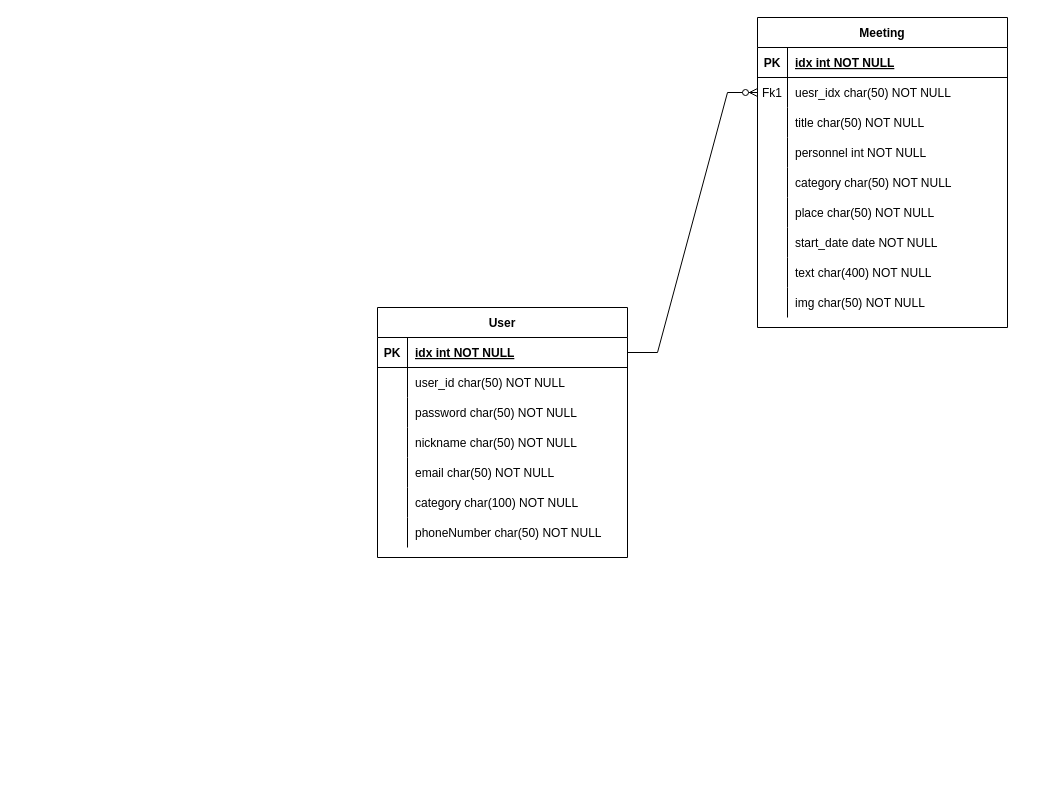
Before: 제목 없는 다이어그램.drawio in mang0206/KosaMiniProject1, a draw.io diagram. Source tidied: cells renumbered, new cells numbered last; positions are measured from the earlier drawing's top-left corner, leaving out a move shared by most shapes. Both pictures are drawn from the tidied source at 100%, with x=0, y=0 at pixel (377, 17).
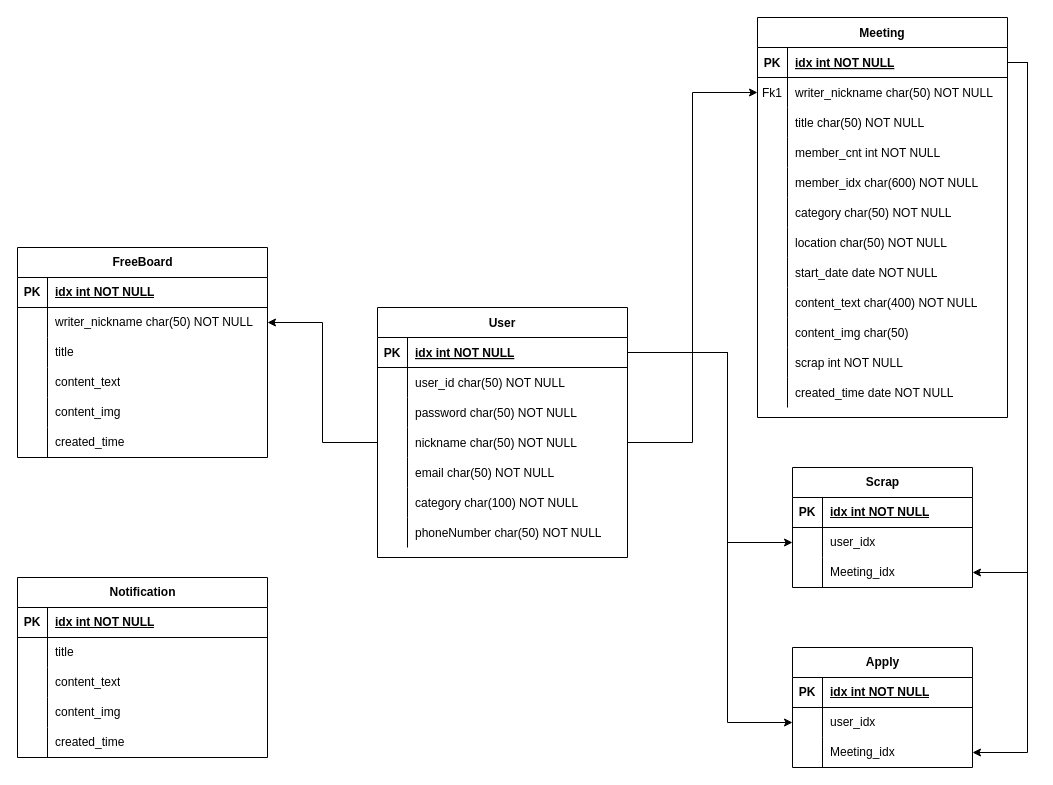
After the change.

Unchanged cells that the change refers to:
```xml
<mxCell id="3" style="shape=partialRectangle;fillColor=none;points=[[0,0.5],[1,0.5]];portConstraint=eastwest;top=0;left=0;right=0;bottom=1;" parent="2" vertex="1">
  <mxGeometry y="30" width="250" height="30" as="geometry" />
</mxCell>
<mxCell id="12" style="shape=partialRectangle;fillColor=none;points=[[0,0.5],[1,0.5]];portConstraint=eastwest;top=0;left=0;right=0;bottom=0;" parent="2" vertex="1">
  <mxGeometry y="120" width="250" height="30" as="geometry" />
</mxCell>
<mxCell id="25" style="shape=partialRectangle;fillColor=none;points=[[0,0.5],[1,0.5]];portConstraint=eastwest;top=0;left=0;right=0;bottom=1;" parent="24" vertex="1">
  <mxGeometry y="30" width="250" height="30" as="geometry" />
</mxCell>
<mxCell id="28" style="shape=partialRectangle;fillColor=none;points=[[0,0.5],[1,0.5]];portConstraint=eastwest;top=0;left=0;right=0;bottom=0;" parent="24" vertex="1">
  <mxGeometry y="60" width="250" height="30" as="geometry" />
</mxCell>
<mxCell id="34" style="shape=partialRectangle;fillColor=none;top=0;left=0;right=0;bottom=0;" parent="24" vertex="1">
  <mxGeometry y="120" width="250" height="30" as="geometry" />
</mxCell>
```

Diff of the diagram source:
```diff
@@
     <mxCell id="24" value="Meeting" style="shape=table;startSize=30;childLayout=tableLayout;rowLines=0;fontStyle=1;align=center;" parent="1" vertex="1">
-      <mxGeometry x="380" width="250" height="310" as="geometry" />
+      <mxGeometry x="380" width="250" height="400" as="geometry" />
     </mxCell>
@@
-    <mxCell id="30" value="uesr_idx char(50) NOT NULL" style="shape=partialRectangle;overflow=hidden;fillColor=none;top=0;left=0;bottom=0;right=0;align=left;spacingLeft=6;" parent="28" vertex="1">
+    <mxCell id="30" value="writer_nickname char(50) NOT NULL" style="shape=partialRectangle;overflow=hidden;fillColor=none;top=0;left=0;bottom=0;right=0;align=left;spacingLeft=6;" parent="28" vertex="1">
       <mxGeometry x="30" width="220" height="30" as="geometry" />
     </mxCell>
@@
-    <mxCell id="36" value="personnel int NOT NULL" style="shape=partialRectangle;overflow=hidden;fillColor=none;top=0;left=0;bottom=0;right=0;align=left;spacingLeft=6;" parent="34" vertex="1">
+    <mxCell id="36" value="member_cnt int NOT NULL" style="shape=partialRectangle;overflow=hidden;fillColor=none;top=0;left=0;bottom=0;right=0;align=left;spacingLeft=6;" parent="34" vertex="1">
       <mxGeometry x="30" width="220" height="30" as="geometry" />
     </mxCell>
+    <mxCell id="53" style="shape=partialRectangle;fillColor=none;top=0;left=0;right=0;bottom=0;" parent="24" vertex="1">
+      <mxGeometry y="150" width="250" height="30" as="geometry" />
+    </mxCell>
+    <mxCell id="54" style="shape=partialRectangle;overflow=hidden;fillColor=none;top=0;left=0;bottom=0;right=0;" parent="53" vertex="1">
+      <mxGeometry width="30" height="30" as="geometry" />
+    </mxCell>
+    <mxCell id="55" value="member_idx char(600) NOT NULL" style="shape=partialRectangle;overflow=hidden;fillColor=none;top=0;left=0;bottom=0;right=0;align=left;spacingLeft=6;" parent="53" vertex="1">
+      <mxGeometry x="30" width="220" height="30" as="geometry" />
+    </mxCell>
     <mxCell id="37" style="shape=partialRectangle;fillColor=none;top=0;left=0;right=0;bottom=0;" parent="24" vertex="1">
-      <mxGeometry y="150" width="250" height="30" as="geometry" />
+      <mxGeometry y="180" width="250" height="30" as="geometry" />
     </mxCell>
@@
     <mxCell id="40" style="shape=partialRectangle;fillColor=none;top=0;left=0;right=0;bottom=0;" parent="24" vertex="1">
-      <mxGeometry y="180" width="250" height="30" as="geometry" />
+      <mxGeometry y="210" width="250" height="30" as="geometry" />
     </mxCell>
@@
-    <mxCell id="42" value="place char(50) NOT NULL" style="shape=partialRectangle;overflow=hidden;fillColor=none;top=0;left=0;bottom=0;right=0;align=left;spacingLeft=6;" parent="40" vertex="1">
+    <mxCell id="42" value="location char(50) NOT NULL" style="shape=partialRectangle;overflow=hidden;fillColor=none;top=0;left=0;bottom=0;right=0;align=left;spacingLeft=6;" parent="40" vertex="1">
       <mxGeometry x="30" width="220" height="30" as="geometry" />
     </mxCell>
     <mxCell id="43" style="shape=partialRectangle;fillColor=none;top=0;left=0;right=0;bottom=0;" parent="24" vertex="1">
-      <mxGeometry y="210" width="250" height="30" as="geometry" />
+      <mxGeometry y="240" width="250" height="30" as="geometry" />
     </mxCell>
@@
     <mxCell id="46" style="shape=partialRectangle;fillColor=none;top=0;left=0;right=0;bottom=0;" parent="24" vertex="1">
-      <mxGeometry y="240" width="250" height="30" as="geometry" />
+      <mxGeometry y="270" width="250" height="30" as="geometry" />
     </mxCell>
@@
-    <mxCell id="48" value="text char(400) NOT NULL" style="shape=partialRectangle;overflow=hidden;fillColor=none;top=0;left=0;bottom=0;right=0;align=left;spacingLeft=6;" parent="46" vertex="1">
+    <mxCell id="48" value="content_text char(400) NOT NULL" style="shape=partialRectangle;overflow=hidden;fillColor=none;top=0;left=0;bottom=0;right=0;align=left;spacingLeft=6;" parent="46" vertex="1">
       <mxGeometry x="30" width="220" height="30" as="geometry" />
     </mxCell>
     <mxCell id="49" style="shape=partialRectangle;fillColor=none;top=0;left=0;right=0;bottom=0;" parent="24" vertex="1">
-      <mxGeometry y="270" width="250" height="30" as="geometry" />
+      <mxGeometry y="300" width="250" height="30" as="geometry" />
     </mxCell>
@@
-    <mxCell id="51" value="img char(50) NOT NULL" style="shape=partialRectangle;overflow=hidden;fillColor=none;top=0;left=0;bottom=0;right=0;align=left;spacingLeft=6;" parent="49" vertex="1">
+    <mxCell id="51" value="content_img char(50)" style="shape=partialRectangle;overflow=hidden;fillColor=none;top=0;left=0;bottom=0;right=0;align=left;spacingLeft=6;" parent="49" vertex="1">
       <mxGeometry x="30" width="220" height="30" as="geometry" />
     </mxCell>
-    <mxCell id="52" style="edgeStyle=entityRelationEdgeStyle;fontSize=12;html=1;endArrow=ERzeroToMany;endFill=1;rounded=0;entryX=0;entryY=0.5;entryDx=0;entryDy=0;exitX=1;exitY=0.5;exitDx=0;exitDy=0;" parent="1" edge="1" source="3" target="28">
-      <mxGeometry relative="1" as="geometry">
-        <Array as="points">
-          <mxPoint x="380" y="70" />
-        </Array>
-      </mxGeometry>
-    </mxCell>
+    <mxCell id="56" style="shape=partialRectangle;fillColor=none;top=0;left=0;right=0;bottom=0;" parent="24" vertex="1">
+      <mxGeometry y="330" width="250" height="30" as="geometry" />
+    </mxCell>
+    <mxCell id="57" style="shape=partialRectangle;overflow=hidden;fillColor=none;top=0;left=0;bottom=0;right=0;" parent="56" vertex="1">
+      <mxGeometry width="30" height="30" as="geometry" />
+    </mxCell>
+    <mxCell id="58" value="scrap int NOT NULL" style="shape=partialRectangle;overflow=hidden;fillColor=none;top=0;left=0;bottom=0;right=0;align=left;spacingLeft=6;" parent="56" vertex="1">
+      <mxGeometry x="30" width="220" height="30" as="geometry" />
+    </mxCell>
+    <mxCell id="59" style="shape=partialRectangle;fillColor=none;top=0;left=0;right=0;bottom=0;" parent="24" vertex="1">
+      <mxGeometry y="360" width="250" height="30" as="geometry" />
+    </mxCell>
+    <mxCell id="60" style="shape=partialRectangle;overflow=hidden;fillColor=none;top=0;left=0;bottom=0;right=0;" parent="59" vertex="1">
+      <mxGeometry width="30" height="30" as="geometry" />
+    </mxCell>
+    <mxCell id="61" value="created_time date NOT NULL" style="shape=partialRectangle;overflow=hidden;fillColor=none;top=0;left=0;bottom=0;right=0;align=left;spacingLeft=6;" parent="59" vertex="1">
+      <mxGeometry x="30" width="220" height="30" as="geometry" />
+    </mxCell>
+    <mxCell id="62" value="Scrap" style="shape=table;startSize=30;childLayout=tableLayout;rowLines=0;fontStyle=1;align=center;html=1;" parent="1" vertex="1">
+      <mxGeometry x="415" y="450" width="180" height="120" as="geometry" />
+    </mxCell>
+    <mxCell id="63" style="shape=tableRow;horizontal=0;startSize=0;swimlaneHead=0;swimlaneBody=0;fillColor=none;top=0;left=0;right=0;bottom=1;" parent="62" vertex="1">
+      <mxGeometry y="30" width="180" height="30" as="geometry" />
+    </mxCell>
+    <mxCell id="64" value="PK" style="shape=partialRectangle;fillColor=none;top=0;left=0;bottom=0;right=0;fontStyle=1;overflow=hidden;whiteSpace=wrap;html=1;" parent="63" vertex="1">
+      <mxGeometry width="30" height="30" as="geometry" />
+    </mxCell>
+    <mxCell id="65" value="idx int NOT NULL" style="shape=partialRectangle;fillColor=none;top=0;left=0;bottom=0;right=0;align=left;spacingLeft=6;fontStyle=5;overflow=hidden;whiteSpace=wrap;html=1;" parent="63" vertex="1">
+      <mxGeometry x="30" width="150" height="30" as="geometry" />
+    </mxCell>
+    <mxCell id="66" style="shape=tableRow;horizontal=0;startSize=0;swimlaneHead=0;swimlaneBody=0;fillColor=none;points=[[0,0.5],[1,0.5]];portConstraint=eastwest;top=0;left=0;right=0;bottom=0;" parent="62" vertex="1">
+      <mxGeometry y="60" width="180" height="30" as="geometry" />
+    </mxCell>
+    <mxCell id="67" style="shape=partialRectangle;fillColor=none;top=0;left=0;bottom=0;right=0;overflow=hidden;whiteSpace=wrap;html=1;" parent="66" vertex="1">
+      <mxGeometry width="30" height="30" as="geometry" />
+    </mxCell>
+    <mxCell id="68" value="user_idx&amp;nbsp;" style="shape=partialRectangle;fillColor=none;top=0;left=0;bottom=0;right=0;align=left;spacingLeft=6;overflow=hidden;whiteSpace=wrap;html=1;" parent="66" vertex="1">
+      <mxGeometry x="30" width="150" height="30" as="geometry" />
+    </mxCell>
+    <mxCell id="69" style="shape=tableRow;horizontal=0;startSize=0;swimlaneHead=0;swimlaneBody=0;fillColor=none;points=[[0,0.5],[1,0.5]];portConstraint=eastwest;top=0;left=0;right=0;bottom=0;" parent="62" vertex="1">
+      <mxGeometry y="90" width="180" height="30" as="geometry" />
+    </mxCell>
+    <mxCell id="70" style="shape=partialRectangle;fillColor=none;top=0;left=0;bottom=0;right=0;overflow=hidden;whiteSpace=wrap;html=1;" parent="69" vertex="1">
+      <mxGeometry width="30" height="30" as="geometry" />
+    </mxCell>
+    <mxCell id="71" value="Meeting_idx" style="shape=partialRectangle;fillColor=none;top=0;left=0;bottom=0;right=0;align=left;spacingLeft=6;overflow=hidden;whiteSpace=wrap;html=1;" parent="69" vertex="1">
+      <mxGeometry x="30" width="150" height="30" as="geometry" />
+    </mxCell>
+    <mxCell id="72" style="edgeStyle=orthogonalEdgeStyle;rounded=0;jettySize=auto;html=1;exitX=1;exitY=0.5;exitDx=0;exitDy=0;" parent="1" edge="1" source="3" target="66">
+      <mxGeometry relative="1" as="geometry">
+        <Array as="points">
+          <mxPoint x="350" y="335" />
+          <mxPoint x="350" y="525" />
+        </Array>
+      </mxGeometry>
+    </mxCell>
+    <mxCell id="73" style="edgeStyle=orthogonalEdgeStyle;rounded=0;jettySize=auto;html=1;exitX=1;exitY=0.5;exitDx=0;exitDy=0;" parent="1" edge="1" source="25" target="69">
+      <mxGeometry relative="1" as="geometry" />
+    </mxCell>
+    <mxCell id="74" style="edgeStyle=orthogonalEdgeStyle;rounded=0;jettySize=auto;html=1;exitX=1;exitY=0.5;exitDx=0;exitDy=0;entryX=0;entryY=0.5;entryDx=0;entryDy=0;" parent="1" edge="1" source="12" target="28">
+      <mxGeometry relative="1" as="geometry" />
+    </mxCell>
+    <mxCell id="75" value="Apply" style="shape=table;startSize=30;childLayout=tableLayout;rowLines=0;fontStyle=1;align=center;html=1;" parent="1" vertex="1">
+      <mxGeometry x="415" y="630" width="180" height="120" as="geometry" />
+    </mxCell>
+    <mxCell id="76" style="shape=tableRow;horizontal=0;startSize=0;swimlaneHead=0;swimlaneBody=0;fillColor=none;top=0;left=0;right=0;bottom=1;" parent="75" vertex="1">
+      <mxGeometry y="30" width="180" height="30" as="geometry" />
+    </mxCell>
+    <mxCell id="77" value="PK" style="shape=partialRectangle;fillColor=none;top=0;left=0;bottom=0;right=0;fontStyle=1;overflow=hidden;whiteSpace=wrap;html=1;" parent="76" vertex="1">
+      <mxGeometry width="30" height="30" as="geometry" />
+    </mxCell>
+    <mxCell id="78" value="idx int NOT NULL" style="shape=partialRectangle;fillColor=none;top=0;left=0;bottom=0;right=0;align=left;spacingLeft=6;fontStyle=5;overflow=hidden;whiteSpace=wrap;html=1;" parent="76" vertex="1">
+      <mxGeometry x="30" width="150" height="30" as="geometry" />
+    </mxCell>
+    <mxCell id="79" style="shape=tableRow;horizontal=0;startSize=0;swimlaneHead=0;swimlaneBody=0;fillColor=none;points=[[0,0.5],[1,0.5]];portConstraint=eastwest;top=0;left=0;right=0;bottom=0;" parent="75" vertex="1">
+      <mxGeometry y="60" width="180" height="30" as="geometry" />
+    </mxCell>
+    <mxCell id="80" style="shape=partialRectangle;fillColor=none;top=0;left=0;bottom=0;right=0;overflow=hidden;whiteSpace=wrap;html=1;" parent="79" vertex="1">
+      <mxGeometry width="30" height="30" as="geometry" />
+    </mxCell>
+    <mxCell id="81" value="user_idx&amp;nbsp;" style="shape=partialRectangle;fillColor=none;top=0;left=0;bottom=0;right=0;align=left;spacingLeft=6;overflow=hidden;whiteSpace=wrap;html=1;" parent="79" vertex="1">
+      <mxGeometry x="30" width="150" height="30" as="geometry" />
+    </mxCell>
+    <mxCell id="82" style="shape=tableRow;horizontal=0;startSize=0;swimlaneHead=0;swimlaneBody=0;fillColor=none;points=[[0,0.5],[1,0.5]];portConstraint=eastwest;top=0;left=0;right=0;bottom=0;" parent="75" vertex="1">
+      <mxGeometry y="90" width="180" height="30" as="geometry" />
+    </mxCell>
+    <mxCell id="83" style="shape=partialRectangle;fillColor=none;top=0;left=0;bottom=0;right=0;overflow=hidden;whiteSpace=wrap;html=1;" parent="82" vertex="1">
+      <mxGeometry width="30" height="30" as="geometry" />
+    </mxCell>
+    <mxCell id="84" value="Meeting_idx" style="shape=partialRectangle;fillColor=none;top=0;left=0;bottom=0;right=0;align=left;spacingLeft=6;overflow=hidden;whiteSpace=wrap;html=1;" parent="82" vertex="1">
+      <mxGeometry x="30" width="150" height="30" as="geometry" />
+    </mxCell>
+    <mxCell id="85" style="edgeStyle=orthogonalEdgeStyle;rounded=0;jettySize=auto;html=1;exitX=1;exitY=0.5;exitDx=0;exitDy=0;" parent="1" edge="1" source="3" target="79">
+      <mxGeometry relative="1" as="geometry">
+        <Array as="points">
+          <mxPoint x="350" y="335" />
+          <mxPoint x="350" y="705" />
+        </Array>
+      </mxGeometry>
+    </mxCell>
+    <mxCell id="86" style="edgeStyle=orthogonalEdgeStyle;rounded=0;jettySize=auto;html=1;exitX=1;exitY=0.5;exitDx=0;exitDy=0;entryX=1;entryY=0.5;entryDx=0;entryDy=0;" parent="1" edge="1" source="25" target="82">
+      <mxGeometry relative="1" as="geometry">
+        <Array as="points">
+          <mxPoint x="650" y="45" />
+          <mxPoint x="650" y="735" />
+        </Array>
+      </mxGeometry>
+    </mxCell>
+    <mxCell id="87" value="FreeBoard" style="shape=table;startSize=30;childLayout=tableLayout;rowLines=0;fontStyle=1;align=center;html=1;" parent="1" vertex="1">
+      <mxGeometry x="-360" y="230" width="250" height="210" as="geometry" />
+    </mxCell>
+    <mxCell id="88" style="shape=tableRow;horizontal=0;startSize=0;swimlaneHead=0;swimlaneBody=0;fillColor=none;top=0;left=0;right=0;bottom=1;" parent="87" vertex="1">
+      <mxGeometry y="30" width="250" height="30" as="geometry" />
+    </mxCell>
+    <mxCell id="89" value="PK" style="shape=partialRectangle;fillColor=none;top=0;left=0;bottom=0;right=0;fontStyle=1;overflow=hidden;whiteSpace=wrap;html=1;" parent="88" vertex="1">
+      <mxGeometry width="30" height="30" as="geometry" />
+    </mxCell>
+    <mxCell id="90" value="idx int NOT NULL" style="shape=partialRectangle;fillColor=none;top=0;left=0;bottom=0;right=0;align=left;spacingLeft=6;fontStyle=5;overflow=hidden;whiteSpace=wrap;html=1;" parent="88" vertex="1">
+      <mxGeometry x="30" width="220" height="30" as="geometry" />
+    </mxCell>
+    <mxCell id="91" style="shape=tableRow;horizontal=0;startSize=0;swimlaneHead=0;swimlaneBody=0;fillColor=none;points=[[0,0.5],[1,0.5]];portConstraint=eastwest;top=0;left=0;right=0;bottom=0;" parent="87" vertex="1">
+      <mxGeometry y="60" width="250" height="30" as="geometry" />
+    </mxCell>
+    <mxCell id="92" style="shape=partialRectangle;fillColor=none;top=0;left=0;bottom=0;right=0;overflow=hidden;whiteSpace=wrap;html=1;" parent="91" vertex="1">
+      <mxGeometry width="30" height="30" as="geometry" />
+    </mxCell>
+    <mxCell id="93" value="writer_nickname char(50) NOT NULL" style="shape=partialRectangle;fillColor=none;top=0;left=0;bottom=0;right=0;align=left;spacingLeft=6;overflow=hidden;whiteSpace=wrap;html=1;" parent="91" vertex="1">
+      <mxGeometry x="30" width="220" height="30" as="geometry" />
+    </mxCell>
+    <mxCell id="94" style="shape=tableRow;horizontal=0;startSize=0;swimlaneHead=0;swimlaneBody=0;fillColor=none;top=0;left=0;right=0;bottom=0;" parent="87" vertex="1">
+      <mxGeometry y="90" width="250" height="30" as="geometry" />
+    </mxCell>
+    <mxCell id="95" style="shape=partialRectangle;fillColor=none;top=0;left=0;bottom=0;right=0;overflow=hidden;whiteSpace=wrap;html=1;" parent="94" vertex="1">
+      <mxGeometry width="30" height="30" as="geometry" />
+    </mxCell>
+    <mxCell id="96" value="title" style="shape=partialRectangle;fillColor=none;top=0;left=0;bottom=0;right=0;align=left;spacingLeft=6;overflow=hidden;whiteSpace=wrap;html=1;" parent="94" vertex="1">
+      <mxGeometry x="30" width="220" height="30" as="geometry" />
+    </mxCell>
+    <mxCell id="97" style="shape=tableRow;horizontal=0;startSize=0;swimlaneHead=0;swimlaneBody=0;fillColor=none;top=0;left=0;right=0;bottom=0;" parent="87" vertex="1">
+      <mxGeometry y="120" width="250" height="30" as="geometry" />
+    </mxCell>
+    <mxCell id="98" style="shape=partialRectangle;fillColor=none;top=0;left=0;bottom=0;right=0;overflow=hidden;whiteSpace=wrap;html=1;" parent="97" vertex="1">
+      <mxGeometry width="30" height="30" as="geometry" />
+    </mxCell>
+    <mxCell id="99" value="content_text" style="shape=partialRectangle;fillColor=none;top=0;left=0;bottom=0;right=0;align=left;spacingLeft=6;overflow=hidden;whiteSpace=wrap;html=1;" parent="97" vertex="1">
+      <mxGeometry x="30" width="220" height="30" as="geometry" />
+    </mxCell>
+    <mxCell id="100" style="shape=tableRow;horizontal=0;startSize=0;swimlaneHead=0;swimlaneBody=0;fillColor=none;top=0;left=0;right=0;bottom=0;" parent="87" vertex="1">
+      <mxGeometry y="150" width="250" height="30" as="geometry" />
+    </mxCell>
+    <mxCell id="101" style="shape=partialRectangle;fillColor=none;top=0;left=0;bottom=0;right=0;overflow=hidden;whiteSpace=wrap;html=1;" parent="100" vertex="1">
+      <mxGeometry width="30" height="30" as="geometry" />
+    </mxCell>
+    <mxCell id="102" value="content_img" style="shape=partialRectangle;fillColor=none;top=0;left=0;bottom=0;right=0;align=left;spacingLeft=6;overflow=hidden;whiteSpace=wrap;html=1;" parent="100" vertex="1">
+      <mxGeometry x="30" width="220" height="30" as="geometry" />
+    </mxCell>
+    <mxCell id="103" style="shape=tableRow;horizontal=0;startSize=0;swimlaneHead=0;swimlaneBody=0;fillColor=none;top=0;left=0;right=0;bottom=0;" parent="87" vertex="1">
+      <mxGeometry y="180" width="250" height="30" as="geometry" />
+    </mxCell>
+    <mxCell id="104" style="shape=partialRectangle;fillColor=none;top=0;left=0;bottom=0;right=0;overflow=hidden;whiteSpace=wrap;html=1;" parent="103" vertex="1">
+      <mxGeometry width="30" height="30" as="geometry" />
+    </mxCell>
+    <mxCell id="105" value="created_time" style="shape=partialRectangle;fillColor=none;top=0;left=0;bottom=0;right=0;align=left;spacingLeft=6;overflow=hidden;whiteSpace=wrap;html=1;" parent="103" vertex="1">
+      <mxGeometry x="30" width="220" height="30" as="geometry" />
+    </mxCell>
+    <mxCell id="106" style="edgeStyle=orthogonalEdgeStyle;rounded=0;jettySize=auto;html=1;entryX=1;entryY=0.5;entryDx=0;entryDy=0;" parent="1" edge="1" source="12" target="91">
+      <mxGeometry relative="1" as="geometry" />
+    </mxCell>
+    <mxCell id="107" value="Notification" style="shape=table;startSize=30;childLayout=tableLayout;rowLines=0;fontStyle=1;align=center;html=1;" parent="1" vertex="1">
+      <mxGeometry x="-360" y="560" width="250" height="180" as="geometry" />
+    </mxCell>
+    <mxCell id="108" style="shape=tableRow;horizontal=0;startSize=0;swimlaneHead=0;swimlaneBody=0;fillColor=none;top=0;left=0;right=0;bottom=1;" parent="107" vertex="1">
+      <mxGeometry y="30" width="250" height="30" as="geometry" />
+    </mxCell>
+    <mxCell id="109" value="PK" style="shape=partialRectangle;fillColor=none;top=0;left=0;bottom=0;right=0;fontStyle=1;overflow=hidden;whiteSpace=wrap;html=1;" parent="108" vertex="1">
+      <mxGeometry width="30" height="30" as="geometry" />
+    </mxCell>
+    <mxCell id="110" value="idx int NOT NULL" style="shape=partialRectangle;fillColor=none;top=0;left=0;bottom=0;right=0;align=left;spacingLeft=6;fontStyle=5;overflow=hidden;whiteSpace=wrap;html=1;" parent="108" vertex="1">
+      <mxGeometry x="30" width="220" height="30" as="geometry" />
+    </mxCell>
+    <mxCell id="111" style="shape=tableRow;horizontal=0;startSize=0;swimlaneHead=0;swimlaneBody=0;fillColor=none;top=0;left=0;right=0;bottom=0;" parent="107" vertex="1">
+      <mxGeometry y="60" width="250" height="30" as="geometry" />
+    </mxCell>
+    <mxCell id="112" style="shape=partialRectangle;fillColor=none;top=0;left=0;bottom=0;right=0;overflow=hidden;whiteSpace=wrap;html=1;" parent="111" vertex="1">
+      <mxGeometry width="30" height="30" as="geometry" />
+    </mxCell>
+    <mxCell id="113" value="title" style="shape=partialRectangle;fillColor=none;top=0;left=0;bottom=0;right=0;align=left;spacingLeft=6;overflow=hidden;whiteSpace=wrap;html=1;" parent="111" vertex="1">
+      <mxGeometry x="30" width="220" height="30" as="geometry" />
+    </mxCell>
+    <mxCell id="114" style="shape=tableRow;horizontal=0;startSize=0;swimlaneHead=0;swimlaneBody=0;fillColor=none;top=0;left=0;right=0;bottom=0;" parent="107" vertex="1">
+      <mxGeometry y="90" width="250" height="30" as="geometry" />
+    </mxCell>
+    <mxCell id="115" style="shape=partialRectangle;fillColor=none;top=0;left=0;bottom=0;right=0;overflow=hidden;whiteSpace=wrap;html=1;" parent="114" vertex="1">
+      <mxGeometry width="30" height="30" as="geometry" />
+    </mxCell>
+    <mxCell id="116" value="content_text" style="shape=partialRectangle;fillColor=none;top=0;left=0;bottom=0;right=0;align=left;spacingLeft=6;overflow=hidden;whiteSpace=wrap;html=1;" parent="114" vertex="1">
+      <mxGeometry x="30" width="220" height="30" as="geometry" />
+    </mxCell>
+    <mxCell id="117" style="shape=tableRow;horizontal=0;startSize=0;swimlaneHead=0;swimlaneBody=0;fillColor=none;top=0;left=0;right=0;bottom=0;" parent="107" vertex="1">
+      <mxGeometry y="120" width="250" height="30" as="geometry" />
+    </mxCell>
+    <mxCell id="118" style="shape=partialRectangle;fillColor=none;top=0;left=0;bottom=0;right=0;overflow=hidden;whiteSpace=wrap;html=1;" parent="117" vertex="1">
+      <mxGeometry width="30" height="30" as="geometry" />
+    </mxCell>
+    <mxCell id="119" value="content_img" style="shape=partialRectangle;fillColor=none;top=0;left=0;bottom=0;right=0;align=left;spacingLeft=6;overflow=hidden;whiteSpace=wrap;html=1;" parent="117" vertex="1">
+      <mxGeometry x="30" width="220" height="30" as="geometry" />
+    </mxCell>
+    <mxCell id="120" style="shape=tableRow;horizontal=0;startSize=0;swimlaneHead=0;swimlaneBody=0;fillColor=none;top=0;left=0;right=0;bottom=0;" parent="107" vertex="1">
+      <mxGeometry y="150" width="250" height="30" as="geometry" />
+    </mxCell>
+    <mxCell id="121" style="shape=partialRectangle;fillColor=none;top=0;left=0;bottom=0;right=0;overflow=hidden;whiteSpace=wrap;html=1;" parent="120" vertex="1">
+      <mxGeometry width="30" height="30" as="geometry" />
+    </mxCell>
+    <mxCell id="122" value="created_time" style="shape=partialRectangle;fillColor=none;top=0;left=0;bottom=0;right=0;align=left;spacingLeft=6;overflow=hidden;whiteSpace=wrap;html=1;" parent="120" vertex="1">
+      <mxGeometry x="30" width="220" height="30" as="geometry" />
+    </mxCell>
```
